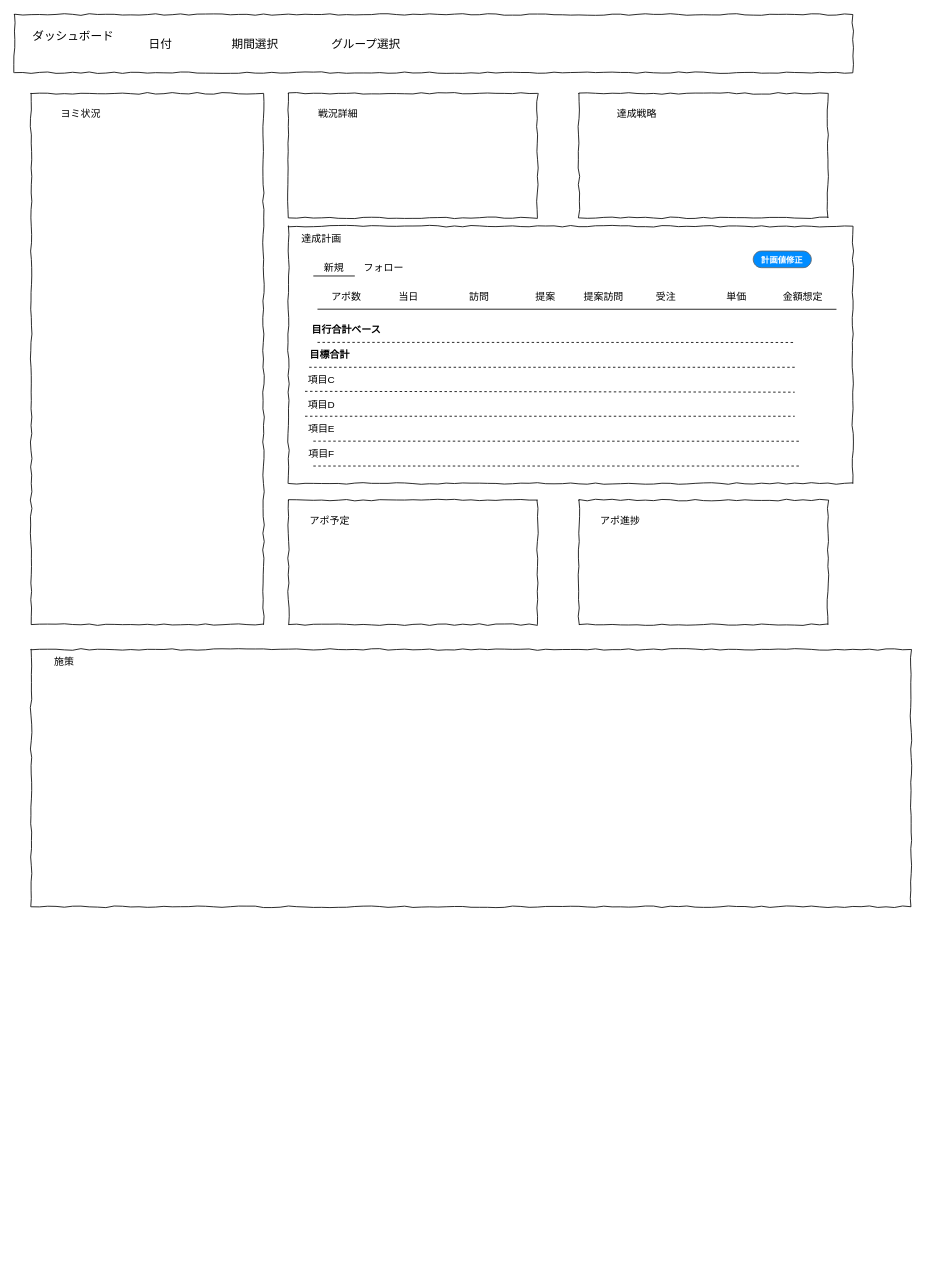
Before: doc/名称未設定ファイル.drawio in KazuoMiya/meigen, a draw.io diagram. Source tidied: cells renumbered, new cells numbered last; positions are measured from the earlier drawing's top-left corner, leaving out a move shared by most shapes. Both pictures are drawn from the tidied source at 83%, with x=0, y=0 at pixel (14, 14).
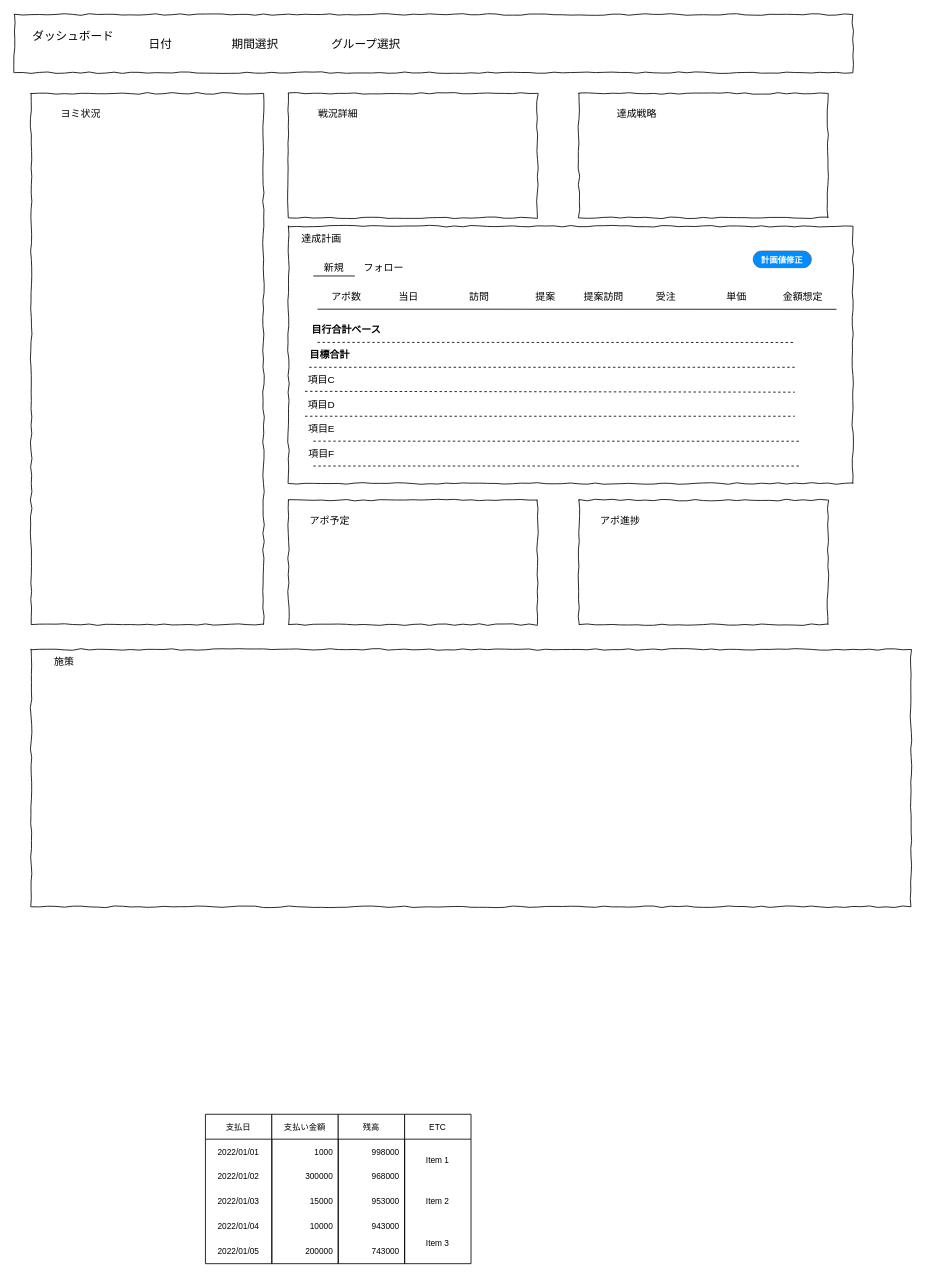
The same diagram, later.

Commit message:
名称未設定ファイル.drawio を更新します

The edit, as a diff of the source:
```diff
@@
+    <mxCell id="46" value="支払日" style="swimlane;fontStyle=0;horizontal=1;startSize=30;fontSize=10;" parent="1" vertex="1">
+      <mxGeometry x="230" y="1325" width="80" height="180" as="geometry" />
+    </mxCell>
+    <mxCell id="47" value="2022/01/01" style="text;strokeColor=none;fillColor=none;align=center;verticalAlign=middle;spacingLeft=4;spacingRight=4;overflow=hidden;fontSize=10;" parent="46" vertex="1">
+      <mxGeometry y="30" width="80" height="30" as="geometry" />
+    </mxCell>
+    <mxCell id="48" value="2022/01/02" style="text;strokeColor=none;fillColor=none;align=center;verticalAlign=middle;spacingLeft=4;spacingRight=4;overflow=hidden;fontSize=10;" parent="46" vertex="1">
+      <mxGeometry y="60" width="80" height="30" as="geometry" />
+    </mxCell>
+    <mxCell id="49" value="2022/01/03" style="text;strokeColor=none;fillColor=none;align=center;verticalAlign=middle;spacingLeft=4;spacingRight=4;overflow=hidden;fontSize=10;" parent="46" vertex="1">
+      <mxGeometry y="90" width="80" height="30" as="geometry" />
+    </mxCell>
+    <mxCell id="50" value="2022/01/04" style="text;strokeColor=none;fillColor=none;align=center;verticalAlign=middle;spacingLeft=4;spacingRight=4;overflow=hidden;fontSize=10;" parent="46" vertex="1">
+      <mxGeometry y="120" width="80" height="30" as="geometry" />
+    </mxCell>
+    <mxCell id="51" value="2022/01/05" style="text;strokeColor=none;fillColor=none;align=center;verticalAlign=middle;spacingLeft=4;spacingRight=4;overflow=hidden;fontSize=10;" parent="46" vertex="1">
+      <mxGeometry y="150" width="80" height="30" as="geometry" />
+    </mxCell>
+    <mxCell id="52" value="支払い金額" style="swimlane;fontStyle=0;horizontal=1;startSize=30;fontSize=10;" parent="1" vertex="1">
+      <mxGeometry x="310" y="1325" width="80" height="180" as="geometry" />
+    </mxCell>
+    <mxCell id="53" value="1000" style="text;strokeColor=none;fillColor=none;align=right;verticalAlign=middle;spacingLeft=4;spacingRight=4;overflow=hidden;fontSize=10;" parent="52" vertex="1">
+      <mxGeometry y="30" width="80" height="30" as="geometry" />
+    </mxCell>
+    <mxCell id="54" value="300000" style="text;strokeColor=none;fillColor=none;align=right;verticalAlign=middle;spacingLeft=4;spacingRight=4;overflow=hidden;fontSize=10;" parent="52" vertex="1">
+      <mxGeometry y="60" width="80" height="30" as="geometry" />
+    </mxCell>
+    <mxCell id="55" value="15000" style="text;strokeColor=none;fillColor=none;align=right;verticalAlign=middle;spacingLeft=4;spacingRight=4;overflow=hidden;fontSize=10;" parent="52" vertex="1">
+      <mxGeometry y="90" width="80" height="30" as="geometry" />
+    </mxCell>
+    <mxCell id="56" value="10000" style="text;strokeColor=none;fillColor=none;align=right;verticalAlign=middle;spacingLeft=4;spacingRight=4;overflow=hidden;fontSize=10;" parent="52" vertex="1">
+      <mxGeometry y="120" width="80" height="30" as="geometry" />
+    </mxCell>
+    <mxCell id="57" value="200000" style="text;strokeColor=none;fillColor=none;align=right;verticalAlign=middle;spacingLeft=4;spacingRight=4;overflow=hidden;fontSize=10;" parent="52" vertex="1">
+      <mxGeometry y="150" width="80" height="30" as="geometry" />
+    </mxCell>
+    <mxCell id="58" value="残高" style="swimlane;fontStyle=0;horizontal=1;startSize=30;fontSize=10;" parent="1" vertex="1">
+      <mxGeometry x="390" y="1325" width="80" height="180" as="geometry" />
+    </mxCell>
+    <mxCell id="59" value="998000" style="text;strokeColor=none;fillColor=none;align=right;verticalAlign=middle;spacingLeft=4;spacingRight=4;overflow=hidden;fontSize=10;" parent="58" vertex="1">
+      <mxGeometry y="30" width="80" height="30" as="geometry" />
+    </mxCell>
+    <mxCell id="60" value="968000" style="text;strokeColor=none;fillColor=none;align=right;verticalAlign=middle;spacingLeft=4;spacingRight=4;overflow=hidden;fontSize=10;" parent="58" vertex="1">
+      <mxGeometry y="60" width="80" height="30" as="geometry" />
+    </mxCell>
+    <mxCell id="61" value="953000" style="text;strokeColor=none;fillColor=none;align=right;verticalAlign=middle;spacingLeft=4;spacingRight=4;overflow=hidden;fontSize=10;" parent="58" vertex="1">
+      <mxGeometry y="90" width="80" height="30" as="geometry" />
+    </mxCell>
+    <mxCell id="62" value="943000" style="text;strokeColor=none;fillColor=none;align=right;verticalAlign=middle;spacingLeft=4;spacingRight=4;overflow=hidden;fontSize=10;" parent="58" vertex="1">
+      <mxGeometry y="120" width="80" height="30" as="geometry" />
+    </mxCell>
+    <mxCell id="63" value="743000" style="text;strokeColor=none;fillColor=none;align=right;verticalAlign=middle;spacingLeft=4;spacingRight=4;overflow=hidden;fontSize=10;" parent="58" vertex="1">
+      <mxGeometry y="150" width="80" height="30" as="geometry" />
+    </mxCell>
+    <mxCell id="64" value="ETC" style="swimlane;fontStyle=0;horizontal=1;startSize=30;fontSize=10;" parent="1" vertex="1">
+      <mxGeometry x="470" y="1325" width="80" height="180" as="geometry" />
+    </mxCell>
+    <mxCell id="65" value="Item 1" style="text;strokeColor=none;fillColor=none;align=center;verticalAlign=middle;spacingLeft=4;spacingRight=4;overflow=hidden;fontSize=10;" parent="64" vertex="1">
+      <mxGeometry y="30" width="80" height="50" as="geometry" />
+    </mxCell>
+    <mxCell id="66" value="Item 2" style="text;strokeColor=none;fillColor=none;align=center;verticalAlign=middle;spacingLeft=4;spacingRight=4;overflow=hidden;fontSize=10;" parent="64" vertex="1">
+      <mxGeometry y="80" width="80" height="50" as="geometry" />
+    </mxCell>
+    <mxCell id="67" value="Item 3" style="text;strokeColor=none;fillColor=none;align=center;verticalAlign=middle;spacingLeft=4;spacingRight=4;overflow=hidden;fontSize=10;" parent="64" vertex="1">
+      <mxGeometry y="130" width="80" height="50" as="geometry" />
+    </mxCell>
```
